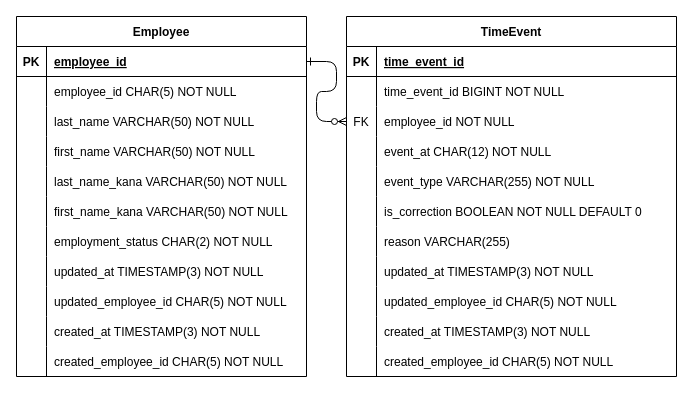
Ryo-Nogawa/kintai-manager keeps this draw.io diagram as table-design.dio. Above is the earlier version. Source tidied: cells renumbered, new cells numbered last; positions are measured from the earlier drawing's top-left corner, leaving out a move shared by most shapes. Both pictures are drawn from the tidied source at 100%, with x=0, y=0 at pixel (16, 16).
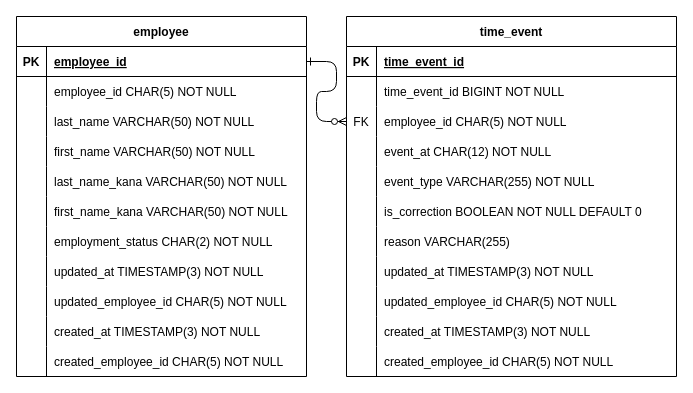
Above is the later version.

Commit message:
employee_idの型定義追加(#15)

Unchanged cells that the change refers to:
```xml
<mxCell id="10" style="shape=partialRectangle;fillColor=none;points=[[0,0.5],[1,0.5]];portConstraint=eastwest;top=0;left=0;right=0;bottom=0;" parent="3" vertex="1">
  <mxGeometry y="90" width="330" height="30" as="geometry" />
</mxCell>
```

Change to the diagram source:
```diff
@@
-    <mxCell id="3" value="TimeEvent" style="shape=table;startSize=30;childLayout=tableLayout;rowLines=0;fontStyle=1;align=center;" parent="1" vertex="1">
+    <mxCell id="3" value="time_event" style="shape=table;startSize=30;childLayout=tableLayout;rowLines=0;fontStyle=1;align=center;" parent="1" vertex="1">
       <mxGeometry x="330" width="330" height="360" as="geometry" />
     </mxCell>
@@
-    <mxCell id="12" value="employee_id NOT NULL" style="shape=partialRectangle;overflow=hidden;fillColor=none;top=0;left=0;bottom=0;right=0;align=left;spacingLeft=6;" parent="10" vertex="1">
+    <mxCell id="12" value="employee_id CHAR(5) NOT NULL" style="shape=partialRectangle;overflow=hidden;fillColor=none;top=0;left=0;bottom=0;right=0;align=left;spacingLeft=6;" parent="10" vertex="1">
       <mxGeometry x="30" width="300" height="30" as="geometry" />
     </mxCell>
@@
-    <mxCell id="37" value="Employee" style="shape=table;startSize=30;childLayout=tableLayout;rowLines=0;fontStyle=1;align=center;" parent="1" vertex="1">
+    <mxCell id="37" value="employee" style="shape=table;startSize=30;childLayout=tableLayout;rowLines=0;fontStyle=1;align=center;" parent="1" vertex="1">
       <mxGeometry width="290" height="360" as="geometry" />
     </mxCell>
```
